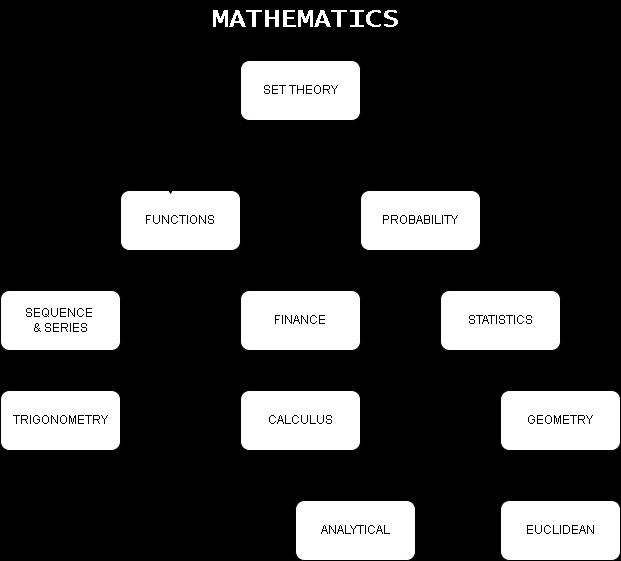
The draw.io diagram images/Plan.png in Katleho-Nyoni/Grade_12-Visual, before a commit. Source tidied: cells renumbered, new cells last; positions are measured from the earlier drawing's top-left corner, leaving out a move shared by most shapes.
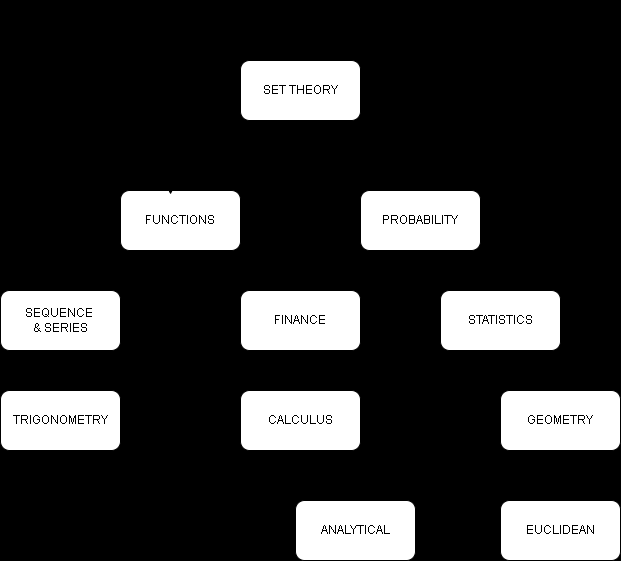
The same file after the commit.

Commit message:
Uploading the plan structure

What changed in the source:
```diff
@@ -1,8 +1,8 @@
-<mxGraphModel background="light-dark(#000000,#121212)">
+<mxGraphModel background="light-dark(#49F8FF,#121212)">
   <root>
     <mxCell id="0" />
     <mxCell id="1" parent="0" />
-    <mxCell id="2" value="MATHEMATICS" style="text;html=1;align=center;verticalAlign=middle;whiteSpace=wrap;rounded=0;fontStyle=1;fontFamily=Lucida Console;fontSize=27;labelBackgroundColor=none;fontColor=#FFFFFF;" parent="1" vertex="1">
+    <mxCell id="2" value="MATHEMATICS" style="text;html=1;align=center;verticalAlign=middle;whiteSpace=wrap;rounded=0;fontStyle=1;fontFamily=Lucida Console;fontSize=27;labelBackgroundColor=none;fontColor=#000000;" parent="1" vertex="1">
       <mxGeometry x="190" width="230" height="40" as="geometry" />
     </mxCell>
     <mxCell id="3" value="SET THEORY" style="rounded=1;whiteSpace=wrap;html=1;" parent="1" vertex="1">
```
